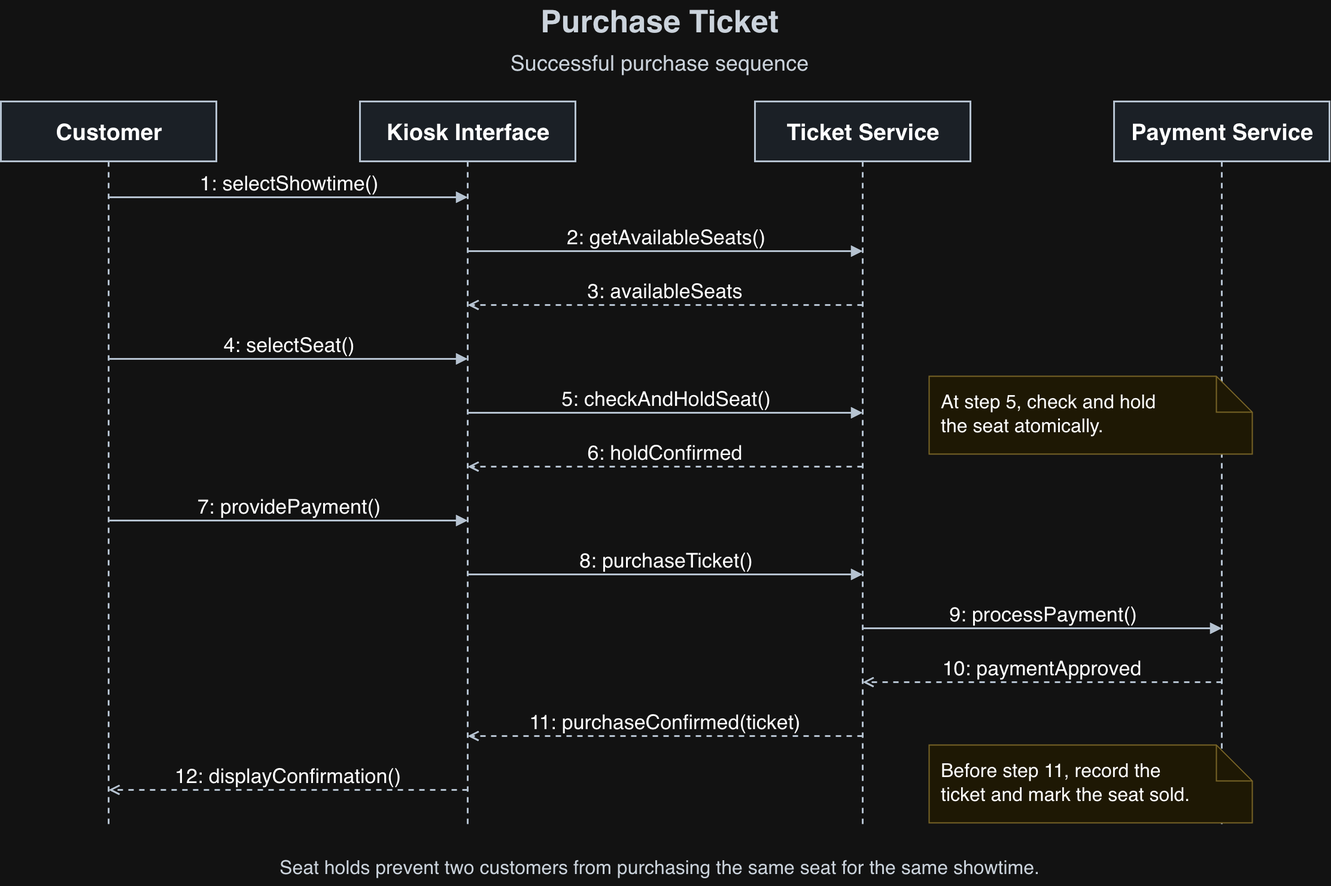
The draw.io diagram diagrams/Purchase-Ticket-Sequence.png in CaptainJS88/HW1-Movie-Kiosk, before a commit. Source tidied: cells renumbered, new cells last; positions are measured from the earlier drawing's top-left corner, leaving out a move shared by most shapes.
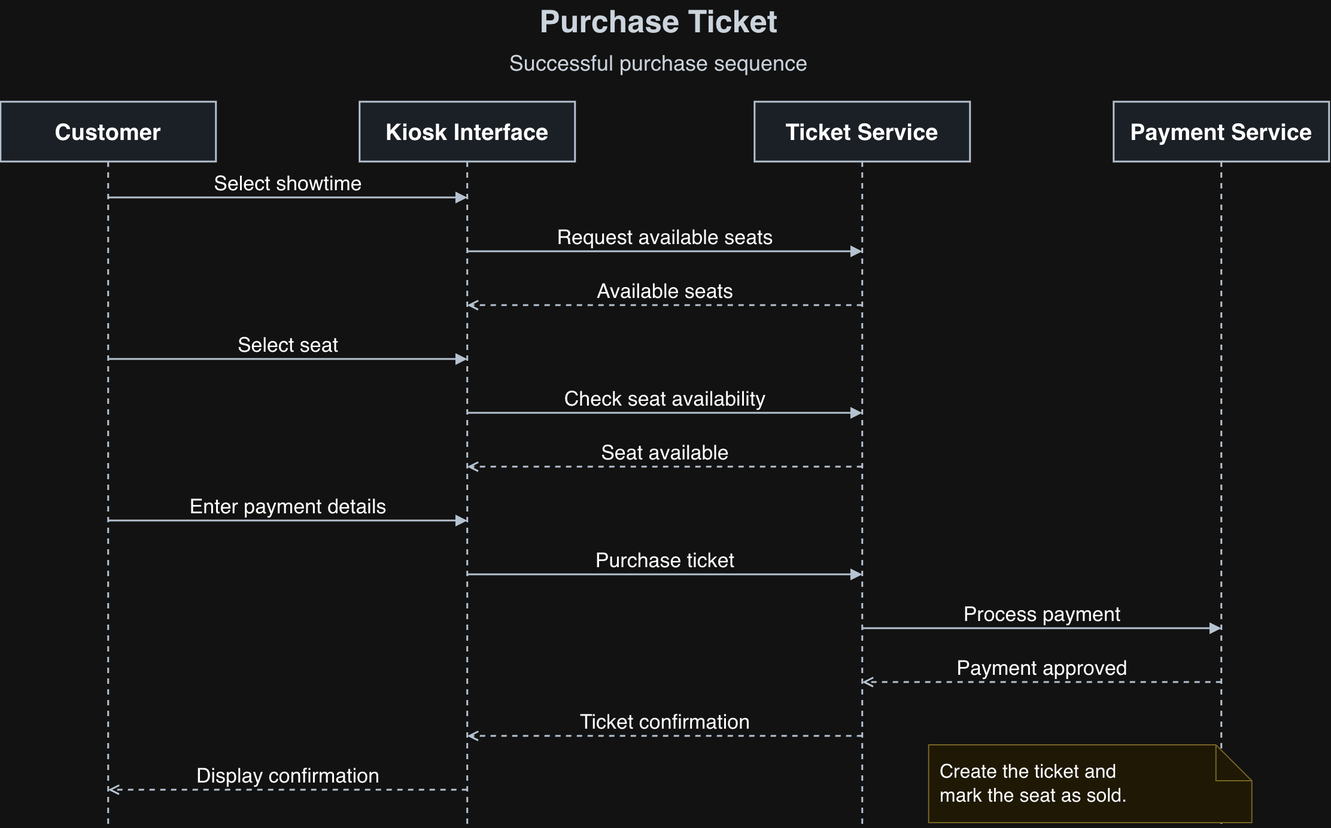
Later version of the same file.

Commit message:
Simplify kiosk requirements and purchase flow

What changed in the source:
```diff
@@ -44,86 +44,80 @@
         <mxPoint x="1020" y="690" as="targetPoint" />
       </mxGeometry>
     </mxCell>
-    <mxCell id="12" value="1: selectShowtime()" style="html=1;endArrow=block;endFill=1;fontSize=15;fontFamily=Helvetica;strokeWidth=1.5;strokeColor=#283747;labelBackgroundColor=#FFFFFF;verticalAlign=bottom;fontSize=17;" parent="1" edge="1">
+    <mxCell id="12" value="Select showtime" style="html=1;endArrow=block;endFill=1;fontSize=15;fontFamily=Helvetica;strokeWidth=1.5;strokeColor=#283747;labelBackgroundColor=#FFFFFF;verticalAlign=bottom;fontSize=17;" parent="1" edge="1">
       <mxGeometry relative="1" as="geometry">
         <mxPoint x="90" y="165" as="sourcePoint" />
         <mxPoint x="390" y="165" as="targetPoint" />
       </mxGeometry>
     </mxCell>
-    <mxCell id="13" value="2: getAvailableSeats()" style="html=1;endArrow=block;endFill=1;fontSize=15;fontFamily=Helvetica;strokeWidth=1.5;strokeColor=#283747;labelBackgroundColor=#FFFFFF;verticalAlign=bottom;fontSize=17;" parent="1" edge="1">
+    <mxCell id="13" value="Request available seats" style="html=1;endArrow=block;endFill=1;fontSize=15;fontFamily=Helvetica;strokeWidth=1.5;strokeColor=#283747;labelBackgroundColor=#FFFFFF;verticalAlign=bottom;fontSize=17;" parent="1" edge="1">
       <mxGeometry relative="1" as="geometry">
         <mxPoint x="390" y="210" as="sourcePoint" />
         <mxPoint x="720" y="210" as="targetPoint" />
       </mxGeometry>
     </mxCell>
-    <mxCell id="14" value="3: availableSeats" style="html=1;endArrow=block;endFill=1;fontSize=15;fontFamily=Helvetica;strokeWidth=1.5;strokeColor=#283747;labelBackgroundColor=#FFFFFF;verticalAlign=bottom;dashed=1;endArrow=open;endFill=0;fontSize=17;" parent="1" edge="1">
+    <mxCell id="14" value="Available seats" style="html=1;endArrow=block;endFill=1;fontSize=15;fontFamily=Helvetica;strokeWidth=1.5;strokeColor=#283747;labelBackgroundColor=#FFFFFF;verticalAlign=bottom;dashed=1;endArrow=open;endFill=0;fontSize=17;" parent="1" edge="1">
       <mxGeometry relative="1" as="geometry">
         <mxPoint x="720" y="255" as="sourcePoint" />
         <mxPoint x="390" y="255" as="targetPoint" />
       </mxGeometry>
     </mxCell>
-    <mxCell id="15" value="4: selectSeat()" style="html=1;endArrow=block;endFill=1;fontSize=15;fontFamily=Helvetica;strokeWidth=1.5;strokeColor=#283747;labelBackgroundColor=#FFFFFF;verticalAlign=bottom;fontSize=17;" parent="1" edge="1">
+    <mxCell id="15" value="Select seat" style="html=1;endArrow=block;endFill=1;fontSize=15;fontFamily=Helvetica;strokeWidth=1.5;strokeColor=#283747;labelBackgroundColor=#FFFFFF;verticalAlign=bottom;fontSize=17;" parent="1" edge="1">
       <mxGeometry relative="1" as="geometry">
         <mxPoint x="90" y="300" as="sourcePoint" />
         <mxPoint x="390" y="300" as="targetPoint" />
       </mxGeometry>
     </mxCell>
-    <mxCell id="16" value="5: checkAndHoldSeat()" style="html=1;endArrow=block;endFill=1;fontSize=15;fontFamily=Helvetica;strokeWidth=1.5;strokeColor=#283747;labelBackgroundColor=#FFFFFF;verticalAlign=bottom;fontSize=17;" parent="1" edge="1">
+    <mxCell id="16" value="Check seat availability" style="html=1;endArrow=block;endFill=1;fontSize=15;fontFamily=Helvetica;strokeWidth=1.5;strokeColor=#283747;labelBackgroundColor=#FFFFFF;verticalAlign=bottom;fontSize=17;" parent="1" edge="1">
       <mxGeometry relative="1" as="geometry">
         <mxPoint x="390" y="345" as="sourcePoint" />
         <mxPoint x="720" y="345" as="targetPoint" />
       </mxGeometry>
     </mxCell>
-    <mxCell id="17" value="6: holdConfirmed" style="html=1;endArrow=block;endFill=1;fontSize=15;fontFamily=Helvetica;strokeWidth=1.5;strokeColor=#283747;labelBackgroundColor=#FFFFFF;verticalAlign=bottom;dashed=1;endArrow=open;endFill=0;fontSize=17;" parent="1" edge="1">
+    <mxCell id="17" value="Seat available" style="html=1;endArrow=block;endFill=1;fontSize=15;fontFamily=Helvetica;strokeWidth=1.5;strokeColor=#283747;labelBackgroundColor=#FFFFFF;verticalAlign=bottom;dashed=1;endArrow=open;endFill=0;fontSize=17;" parent="1" edge="1">
       <mxGeometry relative="1" as="geometry">
         <mxPoint x="720" y="390" as="sourcePoint" />
         <mxPoint x="390" y="390" as="targetPoint" />
       </mxGeometry>
     </mxCell>
-    <mxCell id="18" value="7: providePayment()" style="html=1;endArrow=block;endFill=1;fontSize=15;fontFamily=Helvetica;strokeWidth=1.5;strokeColor=#283747;labelBackgroundColor=#FFFFFF;verticalAlign=bottom;fontSize=17;" parent="1" edge="1">
+    <mxCell id="18" value="Enter payment details" style="html=1;endArrow=block;endFill=1;fontSize=15;fontFamily=Helvetica;strokeWidth=1.5;strokeColor=#283747;labelBackgroundColor=#FFFFFF;verticalAlign=bottom;fontSize=17;" parent="1" edge="1">
       <mxGeometry relative="1" as="geometry">
         <mxPoint x="90" y="435" as="sourcePoint" />
         <mxPoint x="390" y="435" as="targetPoint" />
       </mxGeometry>
     </mxCell>
-    <mxCell id="19" value="8: purchaseTicket()" style="html=1;endArrow=block;endFill=1;fontSize=15;fontFamily=Helvetica;strokeWidth=1.5;strokeColor=#283747;labelBackgroundColor=#FFFFFF;verticalAlign=bottom;fontSize=17;" parent="1" edge="1">
+    <mxCell id="19" value="Purchase ticket" style="html=1;endArrow=block;endFill=1;fontSize=15;fontFamily=Helvetica;strokeWidth=1.5;strokeColor=#283747;labelBackgroundColor=#FFFFFF;verticalAlign=bottom;fontSize=17;" parent="1" edge="1">
       <mxGeometry relative="1" as="geometry">
         <mxPoint x="390" y="480" as="sourcePoint" />
         <mxPoint x="720" y="480" as="targetPoint" />
       </mxGeometry>
     </mxCell>
-    <mxCell id="20" value="9: processPayment()" style="html=1;endArrow=block;endFill=1;fontSize=15;fontFamily=Helvetica;strokeWidth=1.5;strokeColor=#283747;labelBackgroundColor=#FFFFFF;verticalAlign=bottom;fontSize=17;" parent="1" edge="1">
+    <mxCell id="20" value="Process payment" style="html=1;endArrow=block;endFill=1;fontSize=15;fontFamily=Helvetica;strokeWidth=1.5;strokeColor=#283747;labelBackgroundColor=#FFFFFF;verticalAlign=bottom;fontSize=17;" parent="1" edge="1">
       <mxGeometry relative="1" as="geometry">
         <mxPoint x="720" y="525" as="sourcePoint" />
         <mxPoint x="1020" y="525" as="targetPoint" />
       </mxGeometry>
     </mxCell>
-    <mxCell id="21" value="10: paymentApproved" style="html=1;endArrow=block;endFill=1;fontSize=15;fontFamily=Helvetica;strokeWidth=1.5;strokeColor=#283747;labelBackgroundColor=#FFFFFF;verticalAlign=bottom;dashed=1;endArrow=open;endFill=0;fontSize=17;" parent="1" edge="1">
+    <mxCell id="21" value="Payment approved" style="html=1;endArrow=block;endFill=1;fontSize=15;fontFamily=Helvetica;strokeWidth=1.5;strokeColor=#283747;labelBackgroundColor=#FFFFFF;verticalAlign=bottom;dashed=1;endArrow=open;endFill=0;fontSize=17;" parent="1" edge="1">
       <mxGeometry relative="1" as="geometry">
         <mxPoint x="1020" y="570" as="sourcePoint" />
         <mxPoint x="720" y="570" as="targetPoint" />
       </mxGeometry>
     </mxCell>
-    <mxCell id="22" value="11: purchaseConfirmed(ticket)" style="html=1;endArrow=block;endFill=1;fontSize=15;fontFamily=Helvetica;strokeWidth=1.5;strokeColor=#283747;labelBackgroundColor=#FFFFFF;verticalAlign=bottom;dashed=1;endArrow=open;endFill=0;fontSize=17;" parent="1" edge="1">
+    <mxCell id="22" value="Ticket confirmation" style="html=1;endArrow=block;endFill=1;fontSize=15;fontFamily=Helvetica;strokeWidth=1.5;strokeColor=#283747;labelBackgroundColor=#FFFFFF;verticalAlign=bottom;dashed=1;endArrow=open;endFill=0;fontSize=17;" parent="1" edge="1">
       <mxGeometry relative="1" as="geometry">
         <mxPoint x="720" y="615" as="sourcePoint" />
         <mxPoint x="390" y="615" as="targetPoint" />
       </mxGeometry>
     </mxCell>
-    <mxCell id="23" value="12: displayConfirmation()" style="html=1;endArrow=block;endFill=1;fontSize=15;fontFamily=Helvetica;strokeWidth=1.5;strokeColor=#283747;labelBackgroundColor=#FFFFFF;verticalAlign=bottom;dashed=1;endArrow=open;endFill=0;fontSize=17;" parent="1" edge="1">
+    <mxCell id="23" value="Display confirmation" style="html=1;endArrow=block;endFill=1;fontSize=15;fontFamily=Helvetica;strokeWidth=1.5;strokeColor=#283747;labelBackgroundColor=#FFFFFF;verticalAlign=bottom;dashed=1;endArrow=open;endFill=0;fontSize=17;" parent="1" edge="1">
       <mxGeometry relative="1" as="geometry">
         <mxPoint x="390" y="660" as="sourcePoint" />
         <mxPoint x="90" y="660" as="targetPoint" />
       </mxGeometry>
     </mxCell>
-    <mxCell id="24" value="At step 5, check and hold&lt;br&gt;the seat atomically." style="shape=note;html=1;whiteSpace=wrap;align=left;spacing=10;fontFamily=Helvetica;fontSize=16;fillColor=#FFF8E1;strokeColor=#B79F57;" parent="1" vertex="1">
-      <mxGeometry x="775" y="314" width="270" height="65" as="geometry" />
-    </mxCell>
-    <mxCell id="25" value="Before step 11, record the&lt;br&gt;ticket and mark the seat sold." style="shape=note;html=1;whiteSpace=wrap;align=left;spacing=10;fontFamily=Helvetica;fontSize=16;fillColor=#FFF8E1;strokeColor=#B79F57;" parent="1" vertex="1">
+    <mxCell id="25" value="Create the ticket and&lt;br&gt;mark the seat as sold." style="shape=note;html=1;whiteSpace=wrap;align=left;spacing=10;fontFamily=Helvetica;fontSize=16;fillColor=#FFF8E1;strokeColor=#B79F57;" parent="1" vertex="1">
       <mxGeometry x="775" y="622" width="270" height="65" as="geometry" />
     </mxCell>
-    <mxCell id="26" value="Seat holds prevent two customers from purchasing the same seat for the same showtime." style="text;html=1;align=center;verticalAlign=middle;whiteSpace=wrap;rounded=0;strokeColor=none;fillColor=none;fontFamily=Helvetica;fontSize=16;fontColor=#17212B;fontStyle=0;" parent="1" vertex="1">
-      <mxGeometry y="710" width="1100" height="30" as="geometry" />
-    </mxCell>
   </root>
 </mxGraphModel>
```
